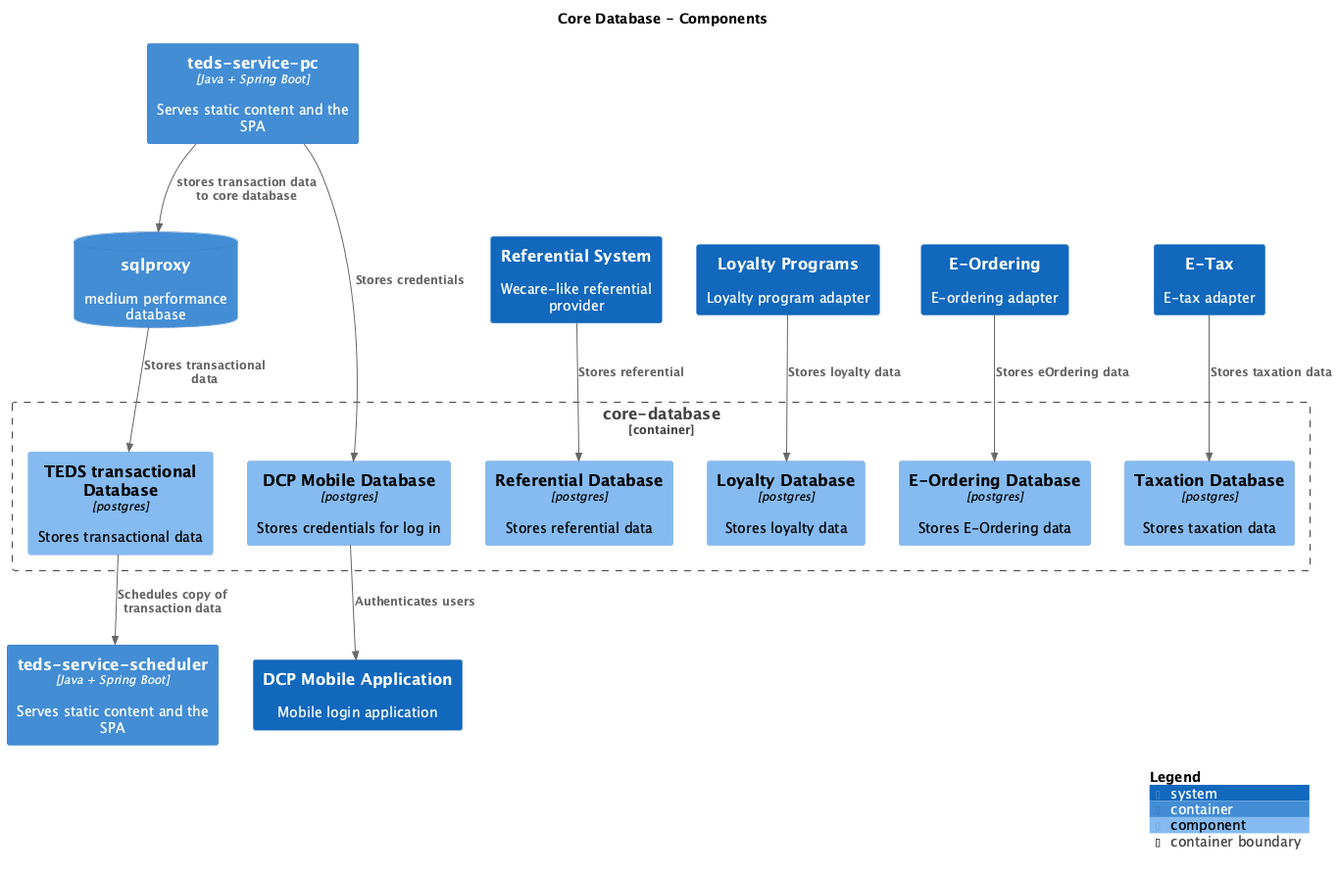
Before: main/png/Level3_core_database_Components.png, a diagram exported from PlantUML (kzsahay/teds).
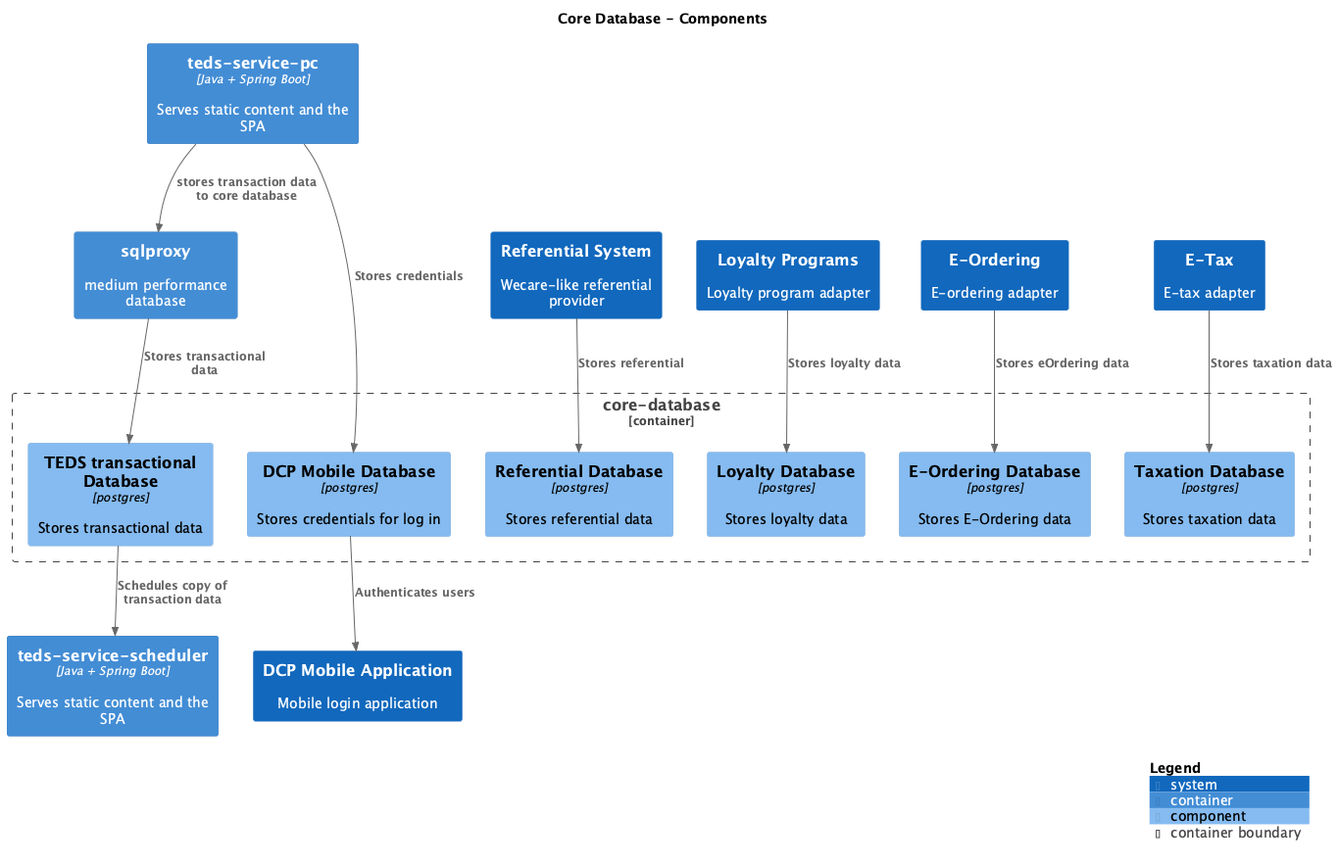
Later version of the same file.

What changed in the source:
```diff
@@ -11,7 +11,7 @@
 
 Container(TEDSCoreSystem.tedsservicepc, "teds-service-pc", $techn="Java + Spring Boot", $descr="Serves static content and the SPA", $tags="", $link="")
 Container(TEDSCoreSystem.tedsservicescheduler, "teds-service-scheduler", $techn="Java + Spring Boot", $descr="Serves static content and the SPA", $tags="", $link="")
-ContainerDb(TEDSCoreSystem.sqlproxy, "sqlproxy", $techn="", $descr="medium performance database", $tags="", $link="")
+Container(TEDSCoreSystem.sqlproxy, "sqlproxy", $techn="", $descr="medium performance database", $tags="", $link="")
 System(ReferentialSystem, "Referential System", $descr="Wecare-like referential provider", $tags="", $link="")
 System(LoyaltyPrograms, "Loyalty Programs", $descr="Loyalty program adapter", $tags="", $link="")
 System(EOrdering, "E-Ordering", $descr="E-ordering adapter", $tags="", $link="")
```
